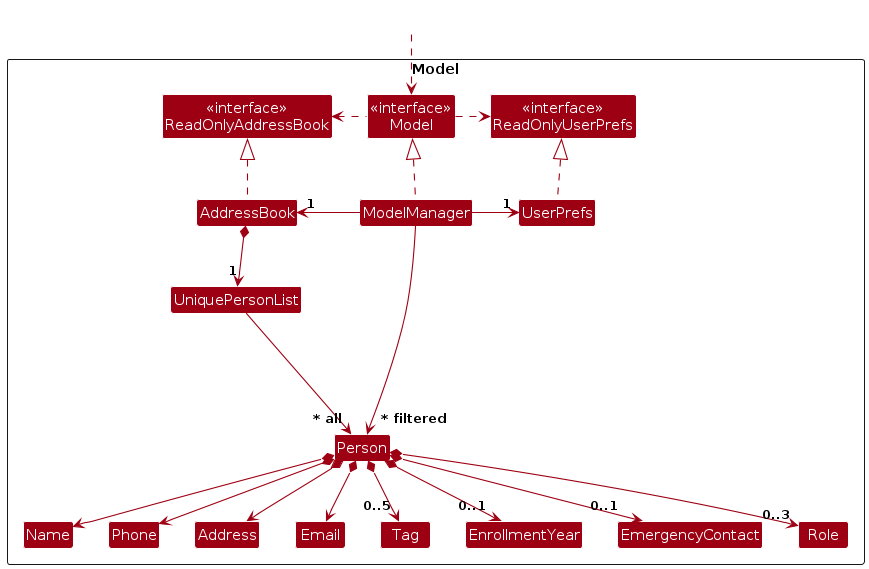
The PlantUML diagram diagrams/ModelClassDiagram.png in huajun07/tp, before a commit. Its source is kept beside it as diagrams/ModelClassDiagram.puml.
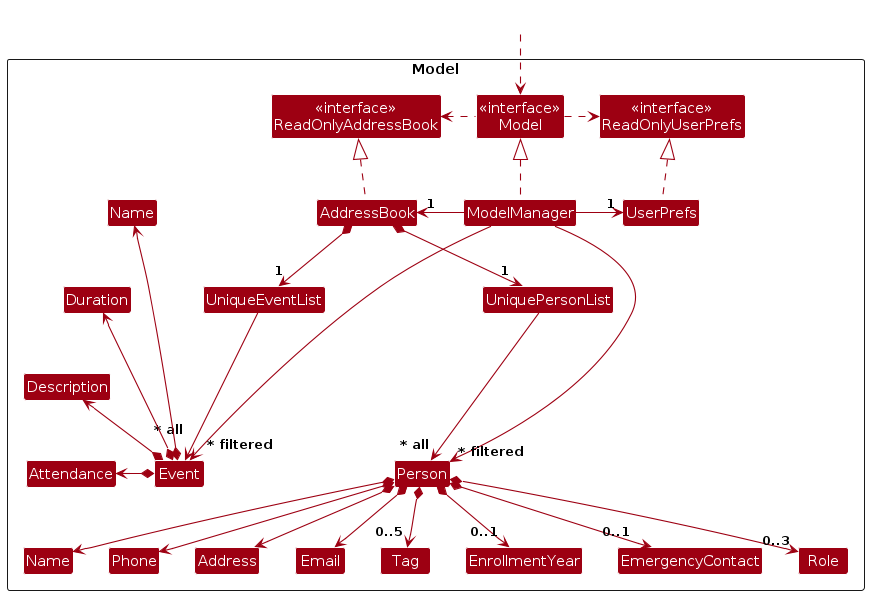
After the change.

The edit, as a diff of the source:
```diff
@@ -13,7 +13,9 @@
 Class UserPrefs
 
 Class UniquePersonList
+Class UniqueEventList
 Class Person
+Class Event
 Class Address
 Class Email
 Class Name
@@ -22,6 +24,10 @@
 Class EnrollmentYear
 Class EmergencyContact
 Class Role
+Class "Name" as EventName
+Class Duration
+Class Description
+Class Attendance
 
 Class I #FFFFFF
 }
@@ -39,7 +45,9 @@
 UserPrefs .up.|> ReadOnlyUserPrefs
 
 AddressBook *--> "1" UniquePersonList
+AddressBook *--> "1" UniqueEventList
 UniquePersonList --> "~* all" Person
+UniqueEventList ---> "~* all\n" Event
 Person *--> Name
 Person *--> Phone
 Person *--> Email
@@ -48,6 +56,10 @@
 Person *--> "0..1" EnrollmentYear
 Person *--> "0..1" EmergencyContact
 Person *--> "0..3" Role
+Event *-left-> EventName
+Event *-left-> Duration
+Event *-left-> Description
+Event *-left-> Attendance
 
 Person -[hidden]up--> I
 UniquePersonList -[hidden]right-> I
@@ -56,5 +68,10 @@
 Phone -[hidden]right-> Address
 Address -[hidden]right-> Email
 
+EventName -[hidden]down-> Duration
+Duration -[hidden]down-> Description
+Description -[hidden]down-> Attendance
+
 ModelManager --> "~* filtered" Person
+ModelManager --> "~* filtered" Event
 @enduml
```
